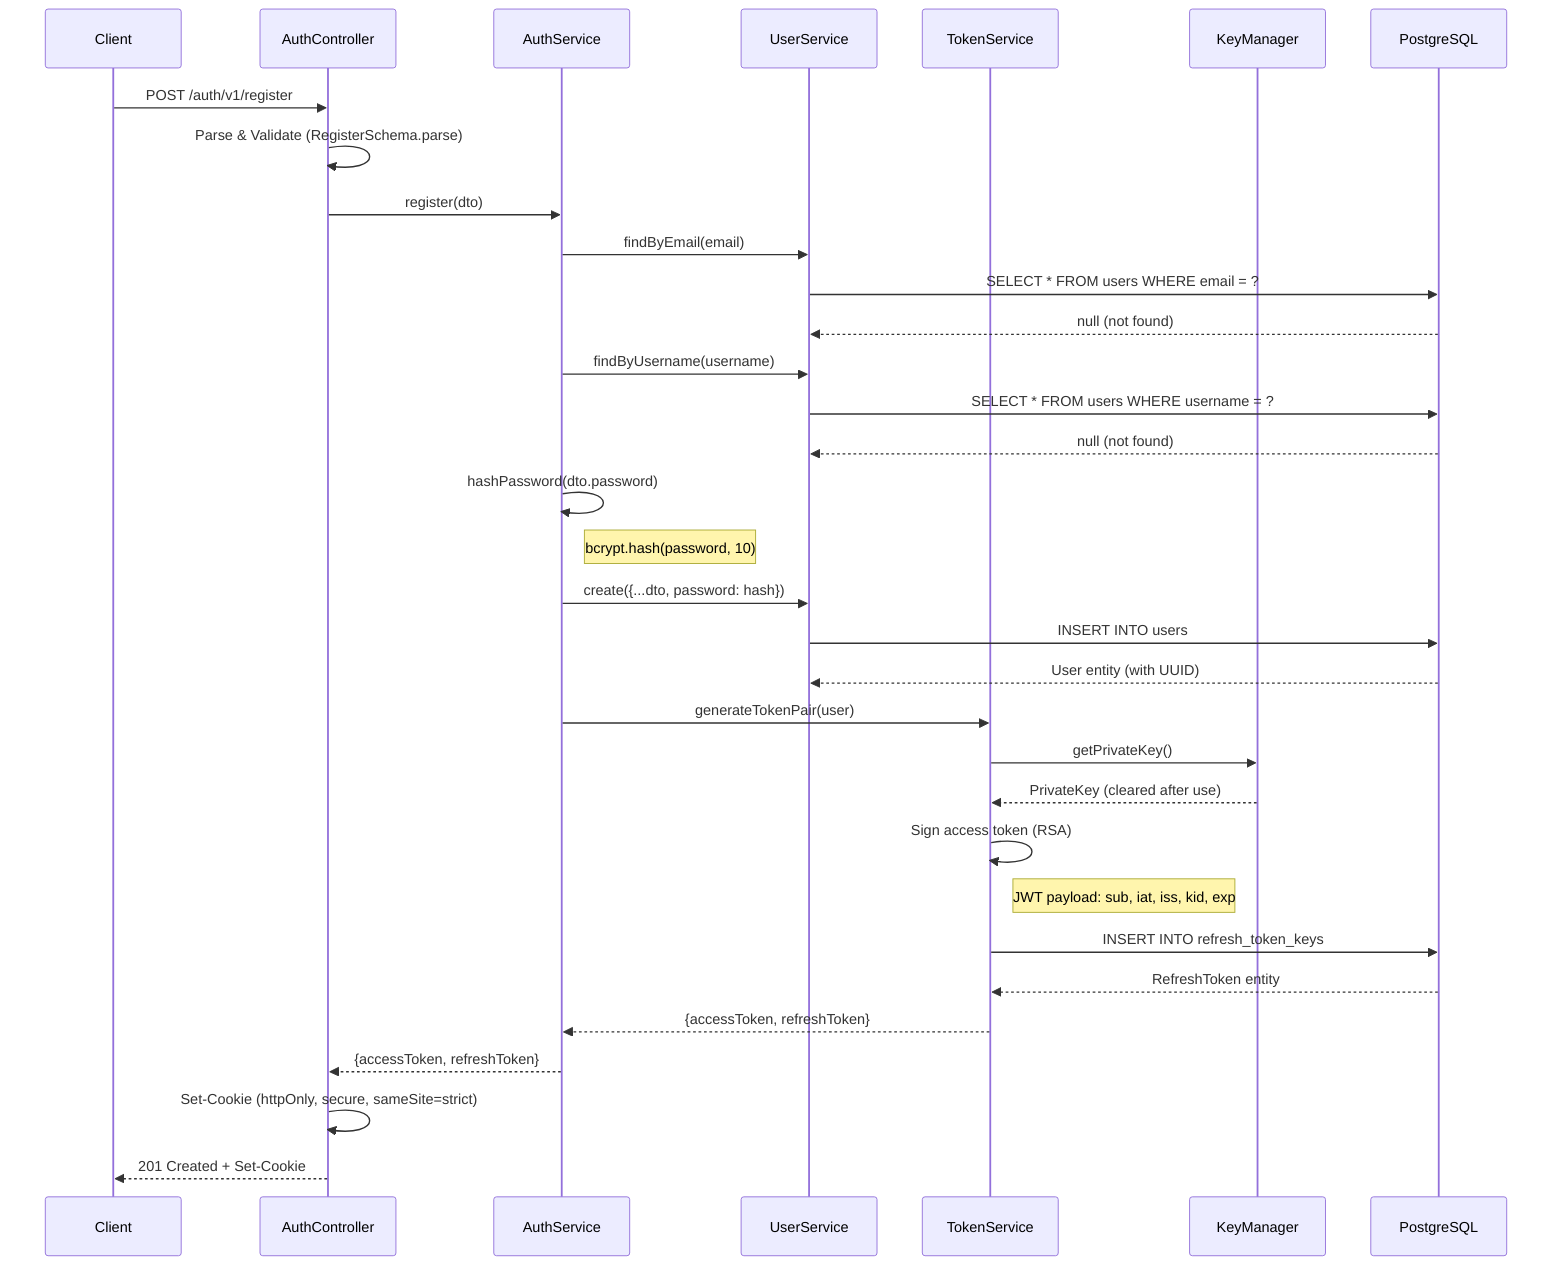
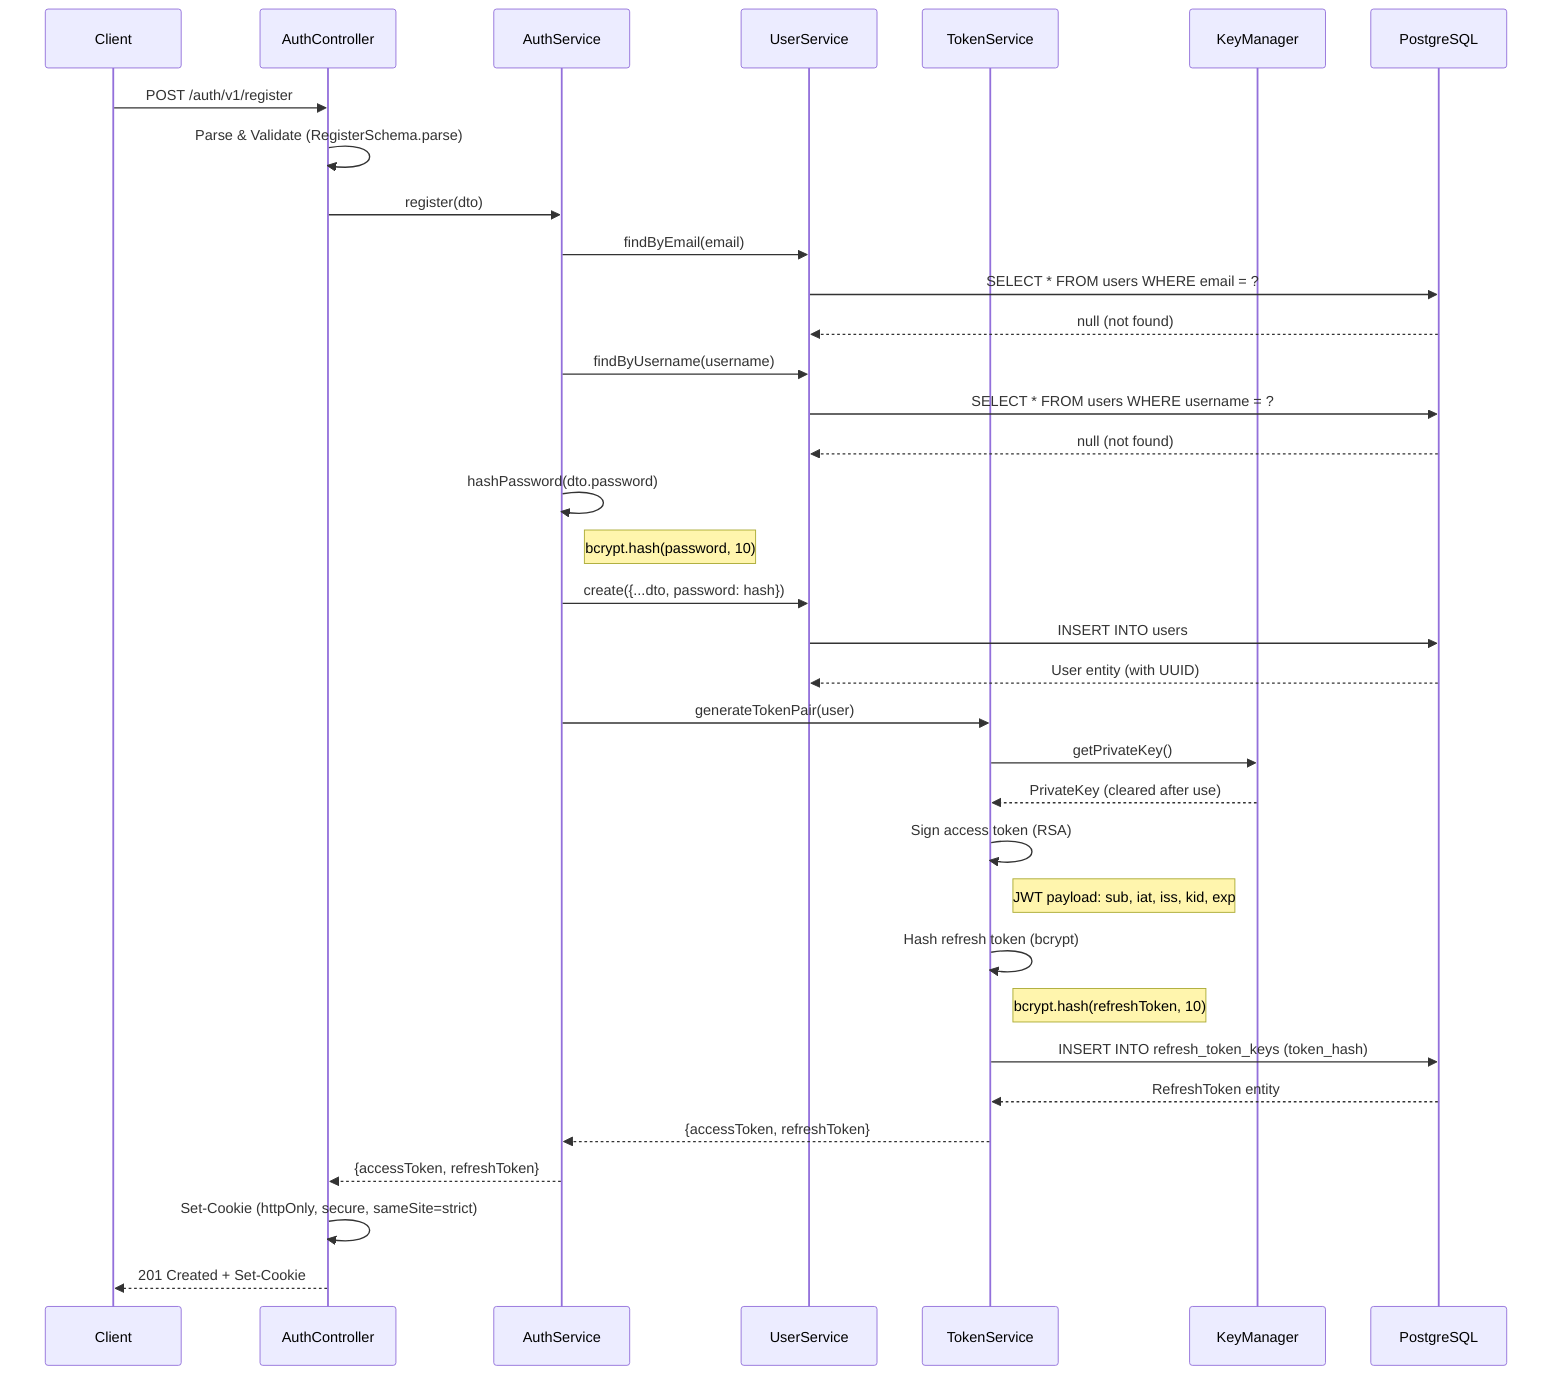
%% User Registration Sequence
%% Maps to: FR-1, FR-5, FR-13

sequenceDiagram
    participant Client
    participant AuthController
    participant AuthService
    participant UserService
    participant TokenService
    participant KeyManager
    participant PostgreSQL

    Client->>AuthController: POST /auth/v1/register
    AuthController->>AuthController: Parse & Validate (RegisterSchema.parse)

    AuthController->>AuthService: register(dto)
    AuthService->>UserService: findByEmail(email)
    UserService->>PostgreSQL: SELECT * FROM users WHERE email = ?
    PostgreSQL-->>UserService: null (not found)

    AuthService->>UserService: findByUsername(username)
    UserService->>PostgreSQL: SELECT * FROM users WHERE username = ?
    PostgreSQL-->>UserService: null (not found)

    AuthService->>AuthService: hashPassword(dto.password)
    Note right of AuthService: bcrypt.hash(password, 10)

    AuthService->>UserService: create({...dto, password: hash})
    UserService->>PostgreSQL: INSERT INTO users
    PostgreSQL-->>UserService: User entity (with UUID)

    AuthService->>TokenService: generateTokenPair(user)
    TokenService->>KeyManager: getPrivateKey()
    KeyManager-->>TokenService: PrivateKey (cleared after use)

    TokenService->>TokenService: Sign access token (RSA)
    Note right of TokenService: JWT payload: sub, iat, iss, kid, exp

-     TokenService->>PostgreSQL: INSERT INTO refresh_token_keys
+     TokenService->>TokenService: Hash refresh token (bcrypt)
+     Note right of TokenService: bcrypt.hash(refreshToken, 10)
+ 
+     TokenService->>PostgreSQL: INSERT INTO refresh_token_keys (token_hash)
    PostgreSQL-->>TokenService: RefreshToken entity

    TokenService-->>AuthService: {accessToken, refreshToken}
    AuthService-->>AuthController: {accessToken, refreshToken}

    AuthController->>AuthController: Set-Cookie (httpOnly, secure, sameSite=strict)
    AuthController-->>Client: 201 Created + Set-Cookie
